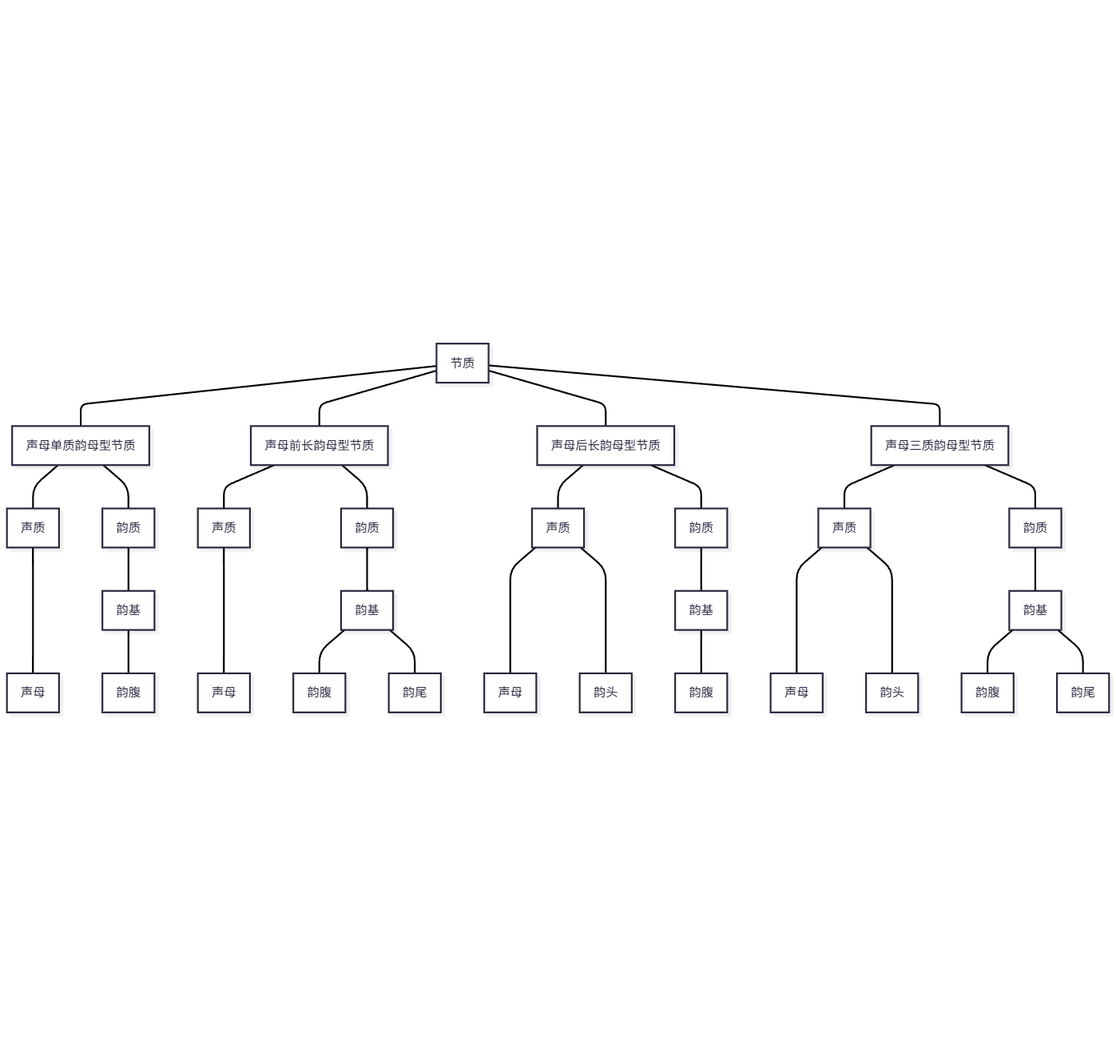
tsaanghwang/Yime-prototype keeps this Mermaid diagram as YIME_Theory/flowchart/节质结构模型曲韵学派.png. Above is the earlier version. Its source is kept beside it as YIME_Theory/flowchart/节质结构模型曲韵学派.mmd.
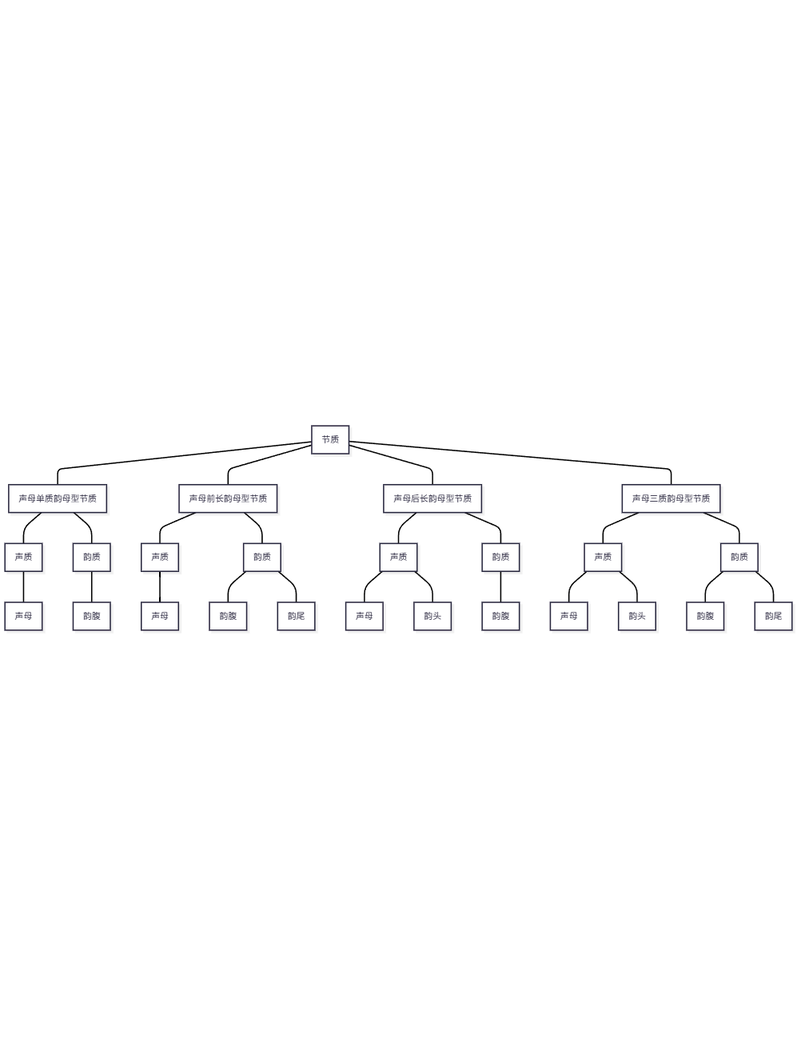
Later version of the same file.

What changed in the source:
```diff
@@ -6,28 +6,24 @@
 
 B1 --- C1[声质]
 B1 --- C2[韵质]
-C1 ---- C3[声母]
-C2 --- C4[韵基]
-C4 --- C5[韵腹]
+C1 --- C3[声母]
+C2 --- C4[韵腹]
 
 B2 --- D1[声质]
 B2 --- D2[韵质]
-D1 ---- D3[声母]
-D2 --- D4[韵基]
-D4 --- D5[韵腹]
-D4 --- D6[韵尾]
+D1 --- D3[声母]
+D2 --- D4[韵腹]
+D2 --- D5[韵尾]
 
 B3 --- E1[声质]
 B3 --- E2[韵质]
-E1 ---- E3[声母]
-E1 ---- E4[韵头]
-E2 --- E5[韵基]
-E5 --- E6[韵腹]
+E1 --- E3[声母]
+E1 --- E4[韵头]
+E2 --- E5[韵腹]
 
 B4 --- F1[声质]
 B4 --- F2[韵质]
-F1 ---- F3[声母]
-F1 ---- F4[韵头]
-F2 --- F5[韵基]
-F5 --- F6[韵腹]
-F5 --- F7[韵尾]
+F1 --- F3[声母]
+F1 --- F4[韵头]
+F2 --- F5[韵腹]
+F2 --- F6[韵尾]
```
